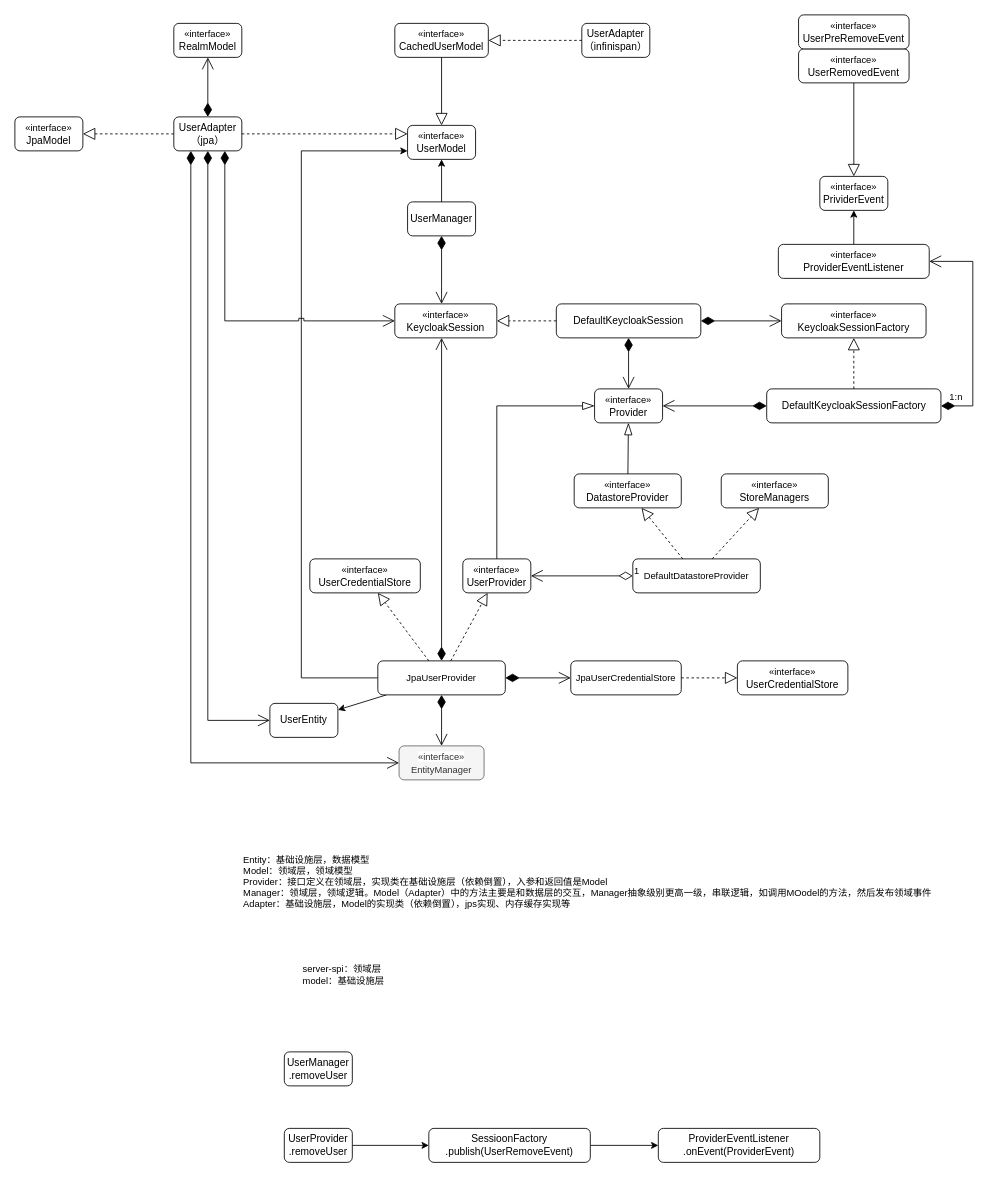
Above: kecloak.drawio in yamilinqh/spicedb (draw.io), before the change. Source tidied: cells renumbered, new cells numbered last; positions are measured from the earlier drawing's top-left corner, leaving out a move shared by most shapes. Both pictures are drawn from the tidied source at 85%, with x=0, y=0 at pixel (14, 14).
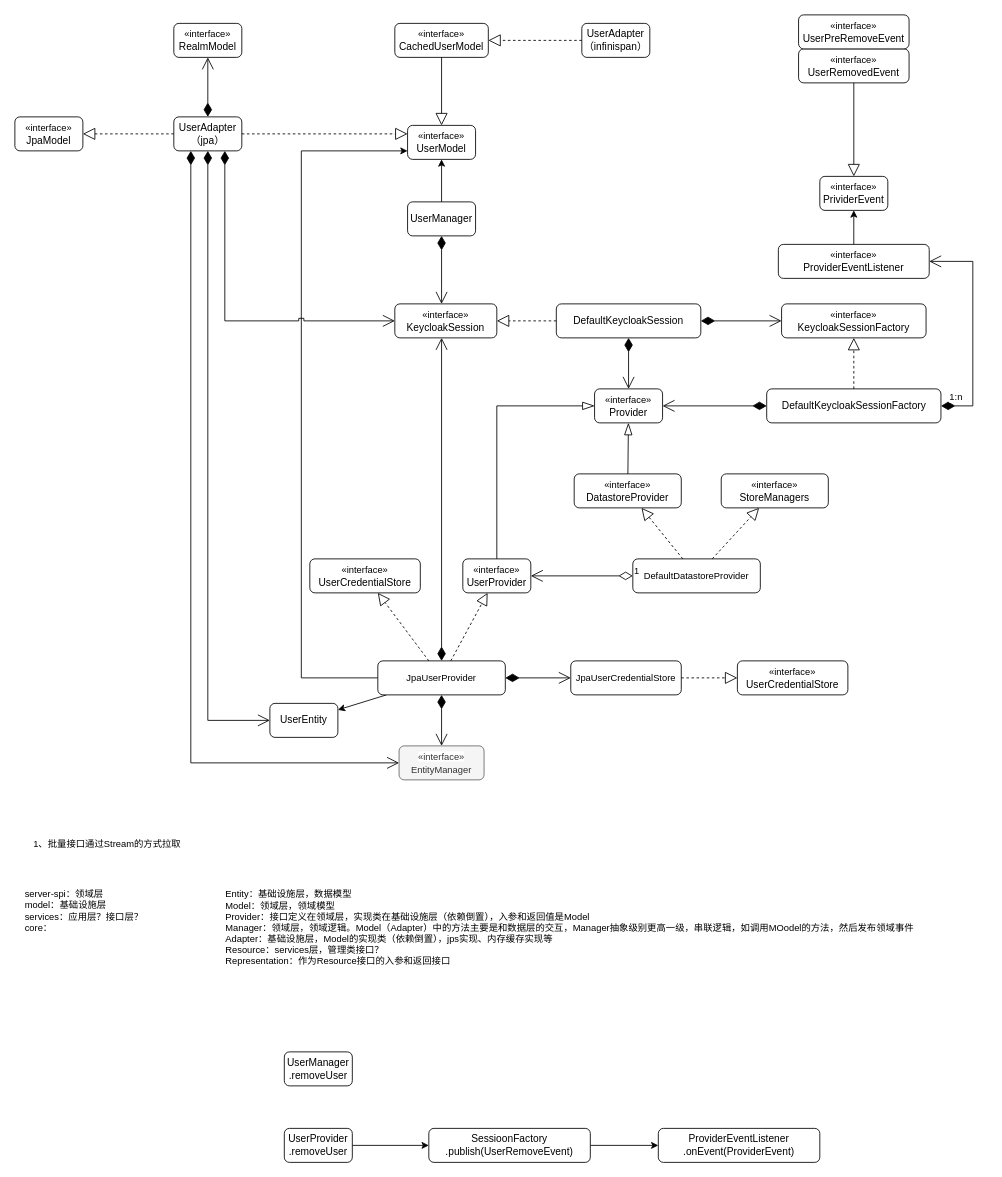
The same page after the edit.

Change to the diagram source:
```diff
@@
-    <mxCell id="51" value="Entity：基础设施层，数据模型&lt;br&gt;Model：领域层，领域模型&lt;br&gt;Provider：接口定义在领域层，实现类在基础设施层（依赖倒置），入参和返回值是Model&lt;br&gt;Manager：领域层，领域逻辑。Model（Adapter）中的方法主要是和数据层的交互，Manager抽象级别更高一级，串联逻辑，如调用MOodel的方法，然后发布领域事件&lt;br&gt;Adapter：基础设施层，Model的实现类（依赖倒置），jps实现、内存缓存实现等" style="text;html=1;align=left;verticalAlign=middle;strokeColor=none;fillColor=none;fontFamily=Helvetica;fontSize=11;fontColor=default;labelBackgroundColor=default;" parent="1" vertex="1">
-      <mxGeometry x="267" y="980" width="830" height="80" as="geometry" />
+    <mxCell id="51" value="Entity：基础设施层，数据模型&lt;br&gt;Model：领域层，领域模型&lt;br&gt;Provider：接口定义在领域层，实现类在基础设施层（依赖倒置），入参和返回值是Model&lt;br&gt;Manager：领域层，领域逻辑。Model（Adapter）中的方法主要是和数据层的交互，Manager抽象级别更高一级，串联逻辑，如调用MOodel的方法，然后发布领域事件&lt;br&gt;Adapter：基础设施层，Model的实现类（依赖倒置），jps实现、内存缓存实现等&lt;br&gt;Resource：services层，管理类接口？&lt;br&gt;Representation：作为Resource接口的入参和返回接口" style="text;html=1;align=left;verticalAlign=middle;strokeColor=none;fillColor=none;fontFamily=Helvetica;fontSize=11;fontColor=default;labelBackgroundColor=default;" parent="1" vertex="1">
+      <mxGeometry x="245.8" y="1019" width="830" height="110" as="geometry" />
     </mxCell>
@@
-    <mxCell id="67" value="server-spi：领域层&lt;br&gt;model：基础设施层" style="text;html=1;align=left;verticalAlign=middle;strokeColor=none;fillColor=none;fontFamily=Helvetica;fontSize=11;fontColor=default;labelBackgroundColor=default;" parent="1" vertex="1">
-      <mxGeometry x="337" y="1110" width="120" height="40" as="geometry" />
+    <mxCell id="67" value="server-spi：领域层&lt;br&gt;model：基础设施层&lt;br&gt;services：应用层？接口层？&lt;br&gt;core：" style="text;html=1;align=left;verticalAlign=middle;strokeColor=none;fillColor=none;fontFamily=Helvetica;fontSize=11;fontColor=default;labelBackgroundColor=default;" parent="1" vertex="1">
+      <mxGeometry x="10" y="1019" width="160" height="70" as="geometry" />
     </mxCell>
+    <mxCell id="68" value="1、批量接口通过Stream的方式拉取" style="text;html=1;align=left;verticalAlign=middle;strokeColor=none;fillColor=none;fontFamily=Helvetica;fontSize=11;fontColor=default;labelBackgroundColor=default;" parent="1" vertex="1">
+      <mxGeometry x="20" y="960" width="200" height="30" as="geometry" />
+    </mxCell>
```
